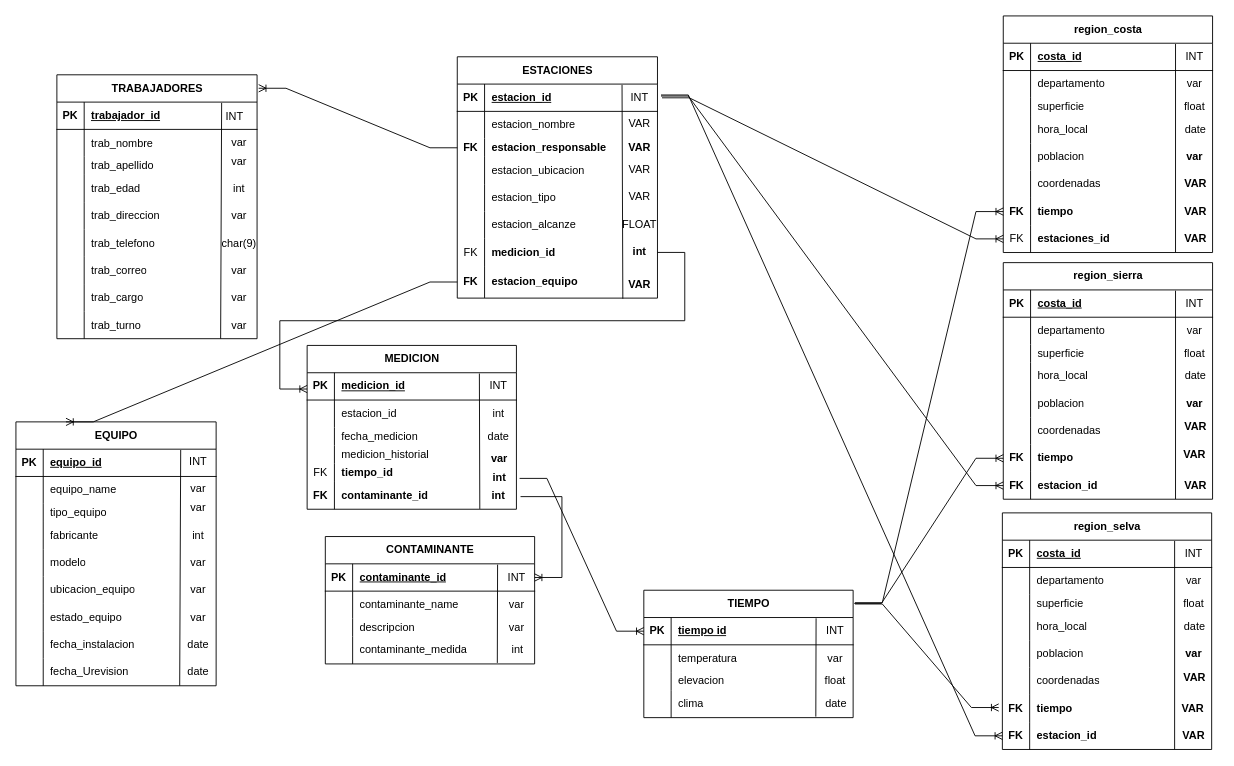
Above: Diagrama sin título.drawio in Sam282004/DB-CARRION (draw.io), before the change. Source tidied: cells renumbered, new cells numbered last; positions are measured from the earlier drawing's top-left corner, leaving out a move shared by most shapes. Both pictures are drawn from the tidied source at 91%, with x=0, y=0 at pixel (15, 15).
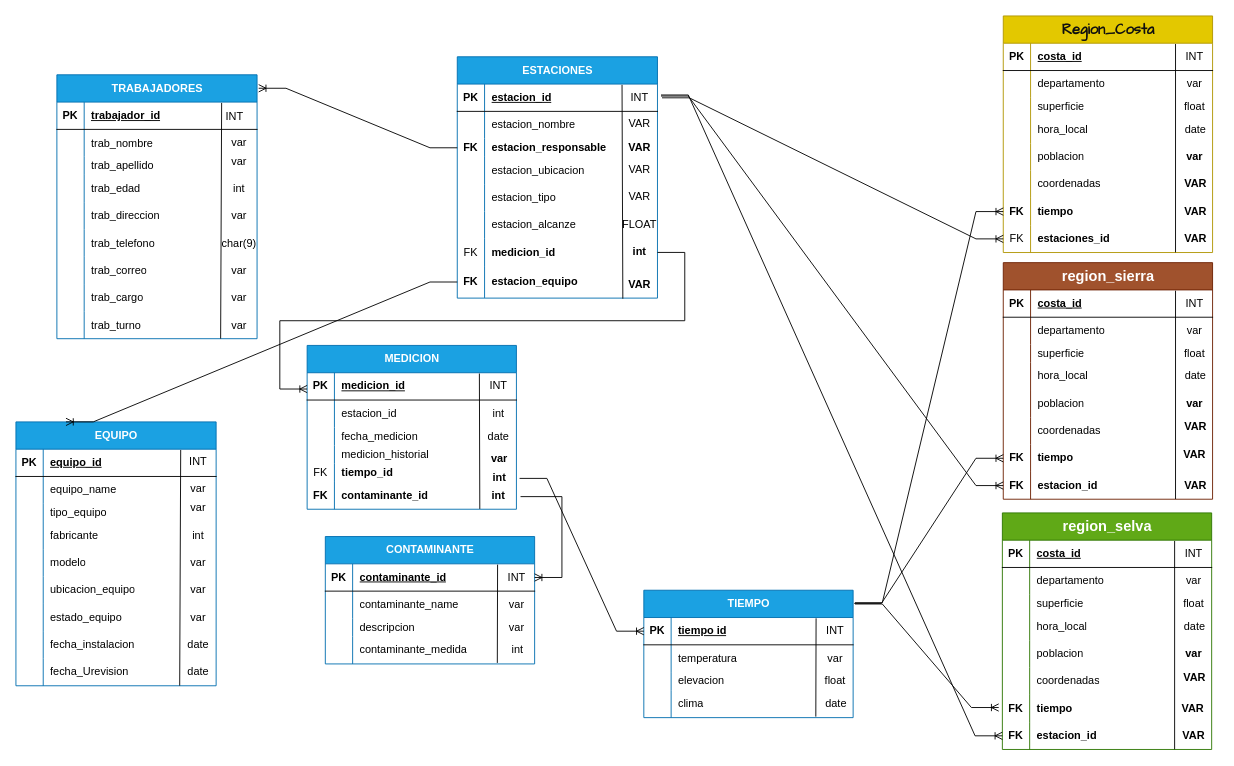
Above is the later version.

What changed in the source:
```diff
@@
-    <mxCell id="2" value="ESTACIONES" style="shape=table;startSize=30;childLayout=tableLayout;rowLines=0;fontStyle=1;align=center;html=1;" parent="1" vertex="1">
+    <mxCell id="2" value="ESTACIONES" style="shape=table;startSize=30;childLayout=tableLayout;rowLines=0;fontStyle=1;align=center;html=1;fillColor=#1ba1e2;fontColor=#ffffff;strokeColor=#006EAF;" parent="1" vertex="1">
       <mxGeometry x="485" y="44.9" width="220" height="265.2" as="geometry" />
     </mxCell>
@@
-    <mxCell id="35" value="region_costa" style="shape=table;startSize=30;childLayout=tableLayout;rowLines=0;fontStyle=1;align=center;html=1;" parent="1" vertex="1">
+    <mxCell id="35" value="Region_Costa" style="shape=table;startSize=30;childLayout=tableLayout;rowLines=0;fontStyle=1;align=center;html=1;fillColor=#e3c800;fontColor=#0F0F0F;strokeColor=#B09500;fontSize=16;fontFamily=Comic Sans MS;" parent="1" vertex="1">
       <mxGeometry x="1085" width="230" height="260" as="geometry" />
     </mxCell>
@@
-    <mxCell id="67" value="TRABAJADORES" style="shape=table;startSize=30;childLayout=tableLayout;rowLines=0;fontStyle=1;align=center;html=1;" parent="1" vertex="1">
+    <mxCell id="67" value="TRABAJADORES" style="shape=table;startSize=30;childLayout=tableLayout;rowLines=0;fontStyle=1;align=center;html=1;fillColor=#1ba1e2;fontColor=#ffffff;strokeColor=#006EAF;" parent="1" vertex="1">
       <mxGeometry x="45" y="64.7" width="220" height="290" as="geometry" />
     </mxCell>
@@
-    <mxCell id="106" value="EQUIPO" style="shape=table;startSize=30;childLayout=tableLayout;rowLines=0;fontStyle=1;align=center;html=1;" parent="1" vertex="1">
+    <mxCell id="106" value="EQUIPO" style="shape=table;startSize=30;childLayout=tableLayout;rowLines=0;fontStyle=1;align=center;html=1;fillColor=#1ba1e2;fontColor=#ffffff;strokeColor=#006EAF;" parent="1" vertex="1">
       <mxGeometry y="446.1" width="220" height="290" as="geometry" />
     </mxCell>
@@
-    <mxCell id="145" value="region_sierra" style="shape=table;startSize=30;childLayout=tableLayout;rowLines=0;fontStyle=1;align=center;html=1;" parent="1" vertex="1">
+    <mxCell id="145" value="region_sierra" style="shape=table;startSize=30;childLayout=tableLayout;rowLines=0;fontStyle=1;align=center;html=1;fillColor=#a0522d;fontColor=#ffffff;strokeColor=#6D1F00;fontSize=16;" parent="1" vertex="1">
       <mxGeometry x="1085" y="271.1" width="230" height="260" as="geometry" />
     </mxCell>
@@
-    <mxCell id="177" value="region_selva" style="shape=table;startSize=30;childLayout=tableLayout;rowLines=0;fontStyle=1;align=center;html=1;" parent="1" vertex="1">
+    <mxCell id="177" value="region_selva" style="shape=table;startSize=30;childLayout=tableLayout;rowLines=0;fontStyle=1;align=center;html=1;fillColor=#60a917;fontColor=#ffffff;strokeColor=#2D7600;fontSize=16;" parent="1" vertex="1">
       <mxGeometry x="1084" y="546.1" width="230" height="260" as="geometry" />
     </mxCell>
@@
-    <mxCell id="212" value="TIEMPO" style="shape=table;startSize=30;childLayout=tableLayout;rowLines=0;fontStyle=1;align=center;html=1;" parent="1" vertex="1">
+    <mxCell id="212" value="TIEMPO" style="shape=table;startSize=30;childLayout=tableLayout;rowLines=0;fontStyle=1;align=center;html=1;fillColor=#1ba1e2;fontColor=#ffffff;strokeColor=#006EAF;" parent="1" vertex="1">
       <mxGeometry x="690" y="631.1" width="230" height="140" as="geometry" />
     </mxCell>
@@
-    <mxCell id="239" value="MEDICION" style="shape=table;startSize=30;childLayout=tableLayout;rowLines=0;fontStyle=1;align=center;html=1;" parent="1" vertex="1">
+    <mxCell id="239" value="MEDICION" style="shape=table;startSize=30;childLayout=tableLayout;rowLines=0;fontStyle=1;align=center;html=1;fillColor=#1ba1e2;fontColor=#ffffff;strokeColor=#006EAF;" parent="1" vertex="1">
       <mxGeometry x="320" y="362.1" width="230" height="180" as="geometry" />
     </mxCell>
@@
-    <mxCell id="263" value="CONTAMINANTE" style="shape=table;startSize=30;childLayout=tableLayout;rowLines=0;fontStyle=1;align=center;html=1;" parent="1" vertex="1">
+    <mxCell id="263" value="CONTAMINANTE" style="shape=table;startSize=30;childLayout=tableLayout;rowLines=0;fontStyle=1;align=center;html=1;fillColor=#1ba1e2;fontColor=#ffffff;strokeColor=#006EAF;" parent="1" vertex="1">
       <mxGeometry x="340" y="572.1" width="230" height="140" as="geometry" />
     </mxCell>
```
